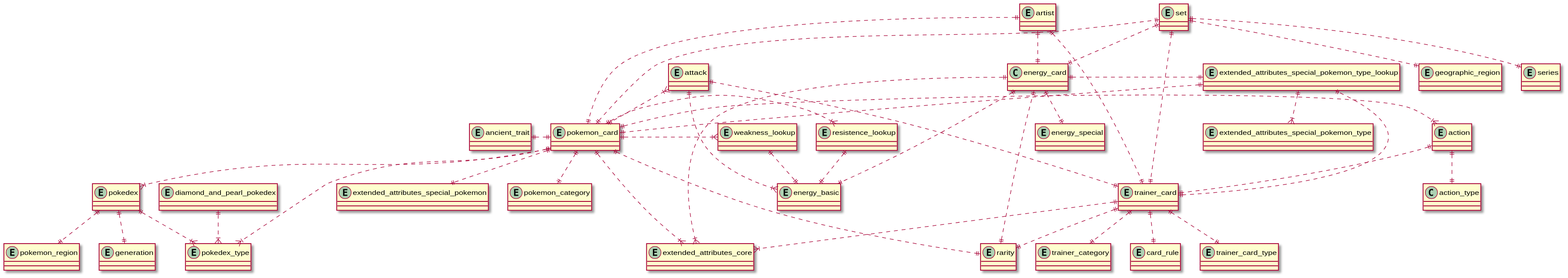
pkgreen90/pokemon-tcg-data keeps this PlantUML diagram as schema/exported_images/database-full-relationships.svg. Above is the earlier version. The source it was exported from:
```plantuml
@startuml database-full-relationships

entity "action" as action {}
entity "ancient_trait" as ancient_trait {}
entity "artist" as artist {}
entity "attack" as attack {}
entity "card_rule" as card_rule {}
entity "diamond_and_pearl_pokedex" as diamond_and_pearl_pokedex {}
entity "energy_basic" as energy_basic {}
entity "energy_special" as energy_special {}
entity "extended_attributes_core" as extended_attributes_core {}
entity "extended_attributes_special_pokemon" as extended_attributes_special_pokemon {}
entity "extended_attributes_special_pokemon_type" as extended_attributes_special_pokemon_type {}
entity "extended_attributes_special_pokemon_type_lookup" as extended_attributes_special_pokemon_type_lookup {}
entity "generation" as generation {}
entity "geographic_region" as geographic_region {}
entity "pokedex" as pokedex {}
entity "pokedex_type" as pokedex_type {}
entity "pokemon_region" as pokemon_region {}
entity "pokemon_card" as pokemon_card {}
entity "pokemon_category" as pokemon_category {}
entity "rarity" as rarity {}
entity "resistence_lookup" as resistence_lookup {}
entity "set" as set {}
entity "series" as series {}
entity "trainer_card" as trainer_card {}
entity "trainer_card_type" as trainer_card_type {}
entity "trainer_category" as trainer_category {}
entity "weakness_lookup" as weakness_lookup {}

attack ||..|{ energy_basic

action ||..|| action_type

diamond_and_pearl_pokedex ||..|{ pokedex_type

energy_card ||..up|| artist
energy_card ||..|| energy_basic
energy_card ||..|| energy_special
energy_card ||..|{ extended_attributes_core
energy_card ||..right|| extended_attributes_special_pokemon_type_lookup
energy_card ||..up|| rarity
energy_card ||..up|| set

extended_attributes_special_pokemon_type_lookup ||..|{ extended_attributes_special_pokemon_type

pokemon_card ||..right|{ action
pokemon_card ||..left|| ancient_trait
pokemon_card ||..up|| artist
pokemon_card ||..up|{ attack
pokemon_card ||..|{ extended_attributes_core
pokemon_card ||..|| extended_attributes_special_pokemon
pokemon_card ||..up|| extended_attributes_special_pokemon_type_lookup
pokemon_card ||..|{ pokedex
pokemon_card ||..down|{ pokedex_type
pokemon_card ||..down|| pokemon_category
pokemon_card ||..down|| rarity
pokemon_card ||..left|{ resistence_lookup
pokemon_card ||..right|| set
pokemon_card ||..right|{ weakness_lookup

pokedex ||..|{ pokedex_type
pokedex ||..|| pokemon_region
pokedex ||..|| generation

resistence_lookup ||..|| energy_basic

set ||..|| geographic_region
set ||..|| series

trainer_card ||..up|| action
trainer_card ||..up|| artist
trainer_card ||..up|| attack
trainer_card ||..|{ extended_attributes_core
trainer_card ||..right|| extended_attributes_special_pokemon_type_lookup
trainer_card ||..|| rarity
trainer_card ||..up|| set
trainer_card ||..|| trainer_card_type
trainer_card ||..|| trainer_category
trainer_card ||..|| card_rule

weakness_lookup ||..|| energy_basic

@enduml
```
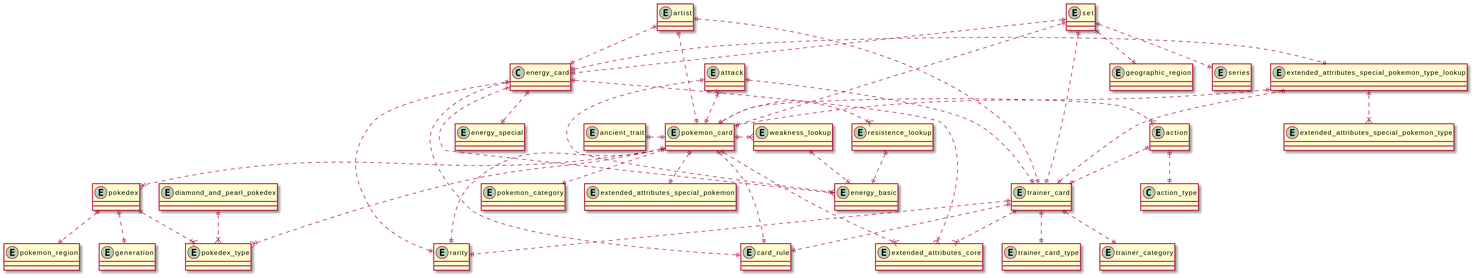
The same diagram one commit later.

The edit, as a diff of the source:
```diff
@@ -35,6 +35,7 @@
 diamond_and_pearl_pokedex ||..|{ pokedex_type
 
 energy_card ||..up|| artist
+energy_card ||..|| card_rule
 energy_card ||..|| energy_basic
 energy_card ||..|| energy_special
 energy_card ||..|{ extended_attributes_core
@@ -48,6 +49,7 @@
 pokemon_card ||..left|| ancient_trait
 pokemon_card ||..up|| artist
 pokemon_card ||..up|{ attack
+pokemon_card ||..|| card_rule
 pokemon_card ||..|{ extended_attributes_core
 pokemon_card ||..|| extended_attributes_special_pokemon
 pokemon_card ||..up|| extended_attributes_special_pokemon_type_lookup
```
